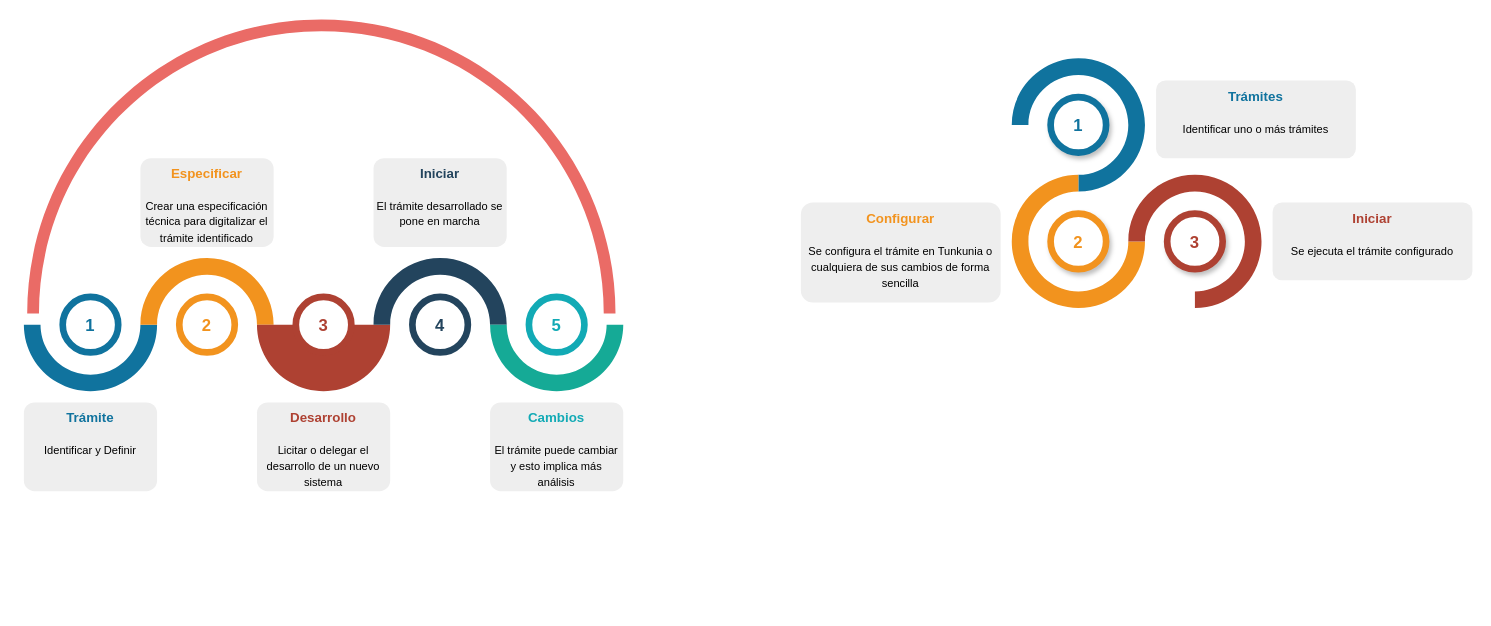
This is docs/assets/sources/business_process.drawio from C-ArenA/Tunkunia, a draw.io file, before an edit. Source tidied: cells renumbered, new cells numbered last; positions are measured from the earlier drawing's top-left corner, leaving out a move shared by most shapes. Both pictures are drawn from the tidied source at 111%, with x=0, y=0 at pixel (23, 19).
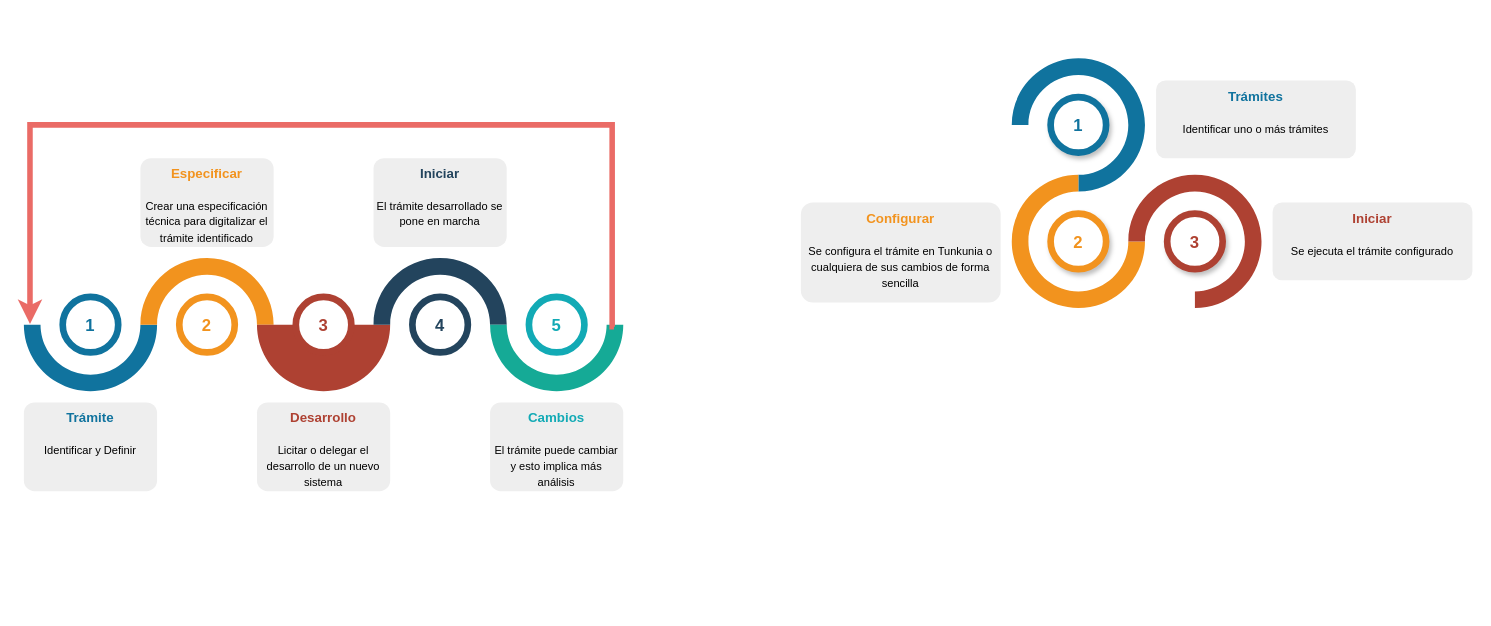
Above is the later version.

The change refers to these unchanged cells:
```xml
<mxCell id="2" style="verticalLabelPosition=bottom;verticalAlign=top;html=1;shape=mxgraph.basic.partConcEllipse;startAngle=0.25;endAngle=0.75;arcWidth=0.25;fillColor=#10739E;strokeColor=none;" parent="1" vertex="1">
  <mxGeometry y="215" width="120" height="120" as="geometry" />
</mxCell>
<mxCell id="6" style="verticalLabelPosition=bottom;verticalAlign=top;html=1;shape=mxgraph.basic.partConcEllipse;startAngle=0.25;endAngle=0.75;arcWidth=0.25;fillColor=#15AA96;strokeColor=none;" parent="1" vertex="1">
  <mxGeometry x="420" y="215" width="120" height="120" as="geometry" />
</mxCell>
```

Diff of the diagram source:
```diff
@@
-    <mxCell id="17" style="verticalLabelPosition=bottom;verticalAlign=top;html=1;shape=mxgraph.basic.partConcEllipse;startAngle=0.75;endAngle=0.25;arcWidth=0.04;fillColor=#EA6B66;strokeColor=none;" parent="1" vertex="1">
-      <mxGeometry x="3" width="530" height="530" as="geometry" />
-    </mxCell>
@@
+    <mxCell id="27" style="edgeStyle=orthogonalEdgeStyle;rounded=0;jettySize=auto;html=1;entryX=0.046;entryY=0.494;entryDx=0;entryDy=0;entryPerimeter=0;exitX=0.93;exitY=0.515;exitDx=0;exitDy=0;exitPerimeter=0;strokeWidth=5;strokeColor=#EA6B66;sourcePerimeterSpacing=21;targetPerimeterSpacing=11;jumpStyle=arc;" parent="1" edge="1" source="6" target="2">
+      <mxGeometry relative="1" as="geometry">
+        <Array as="points">
+          <mxPoint x="530" y="277" />
+          <mxPoint x="530" y="95" />
+          <mxPoint x="6" y="95" />
+        </Array>
+      </mxGeometry>
+    </mxCell>
```
